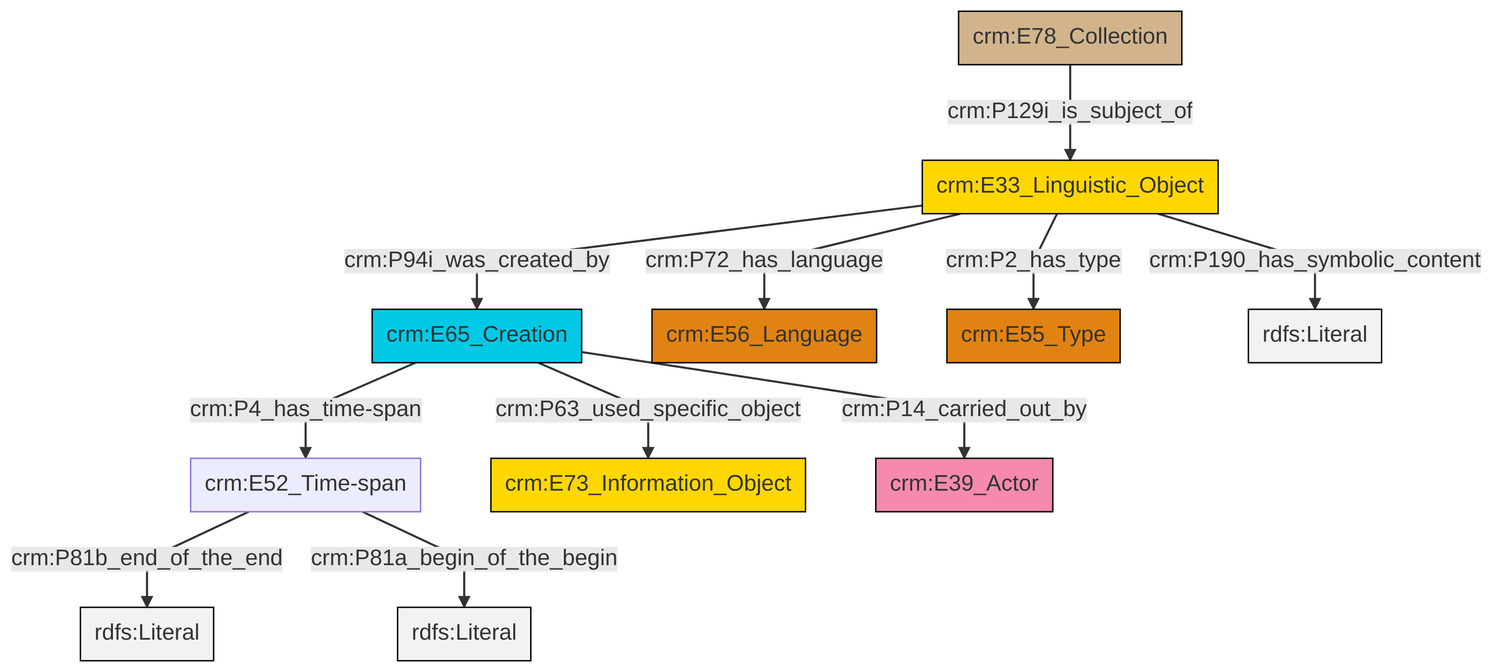
This is et/archivalCSV/ttl/mmd/png/archival_desc.png from swiss-art-research-net/docs.swissartresearch, a Mermaid export, as it was before one commit. Its source is kept beside it as et/archivalCSV/ttl/mmd/archival_desc.ttl.mmd.
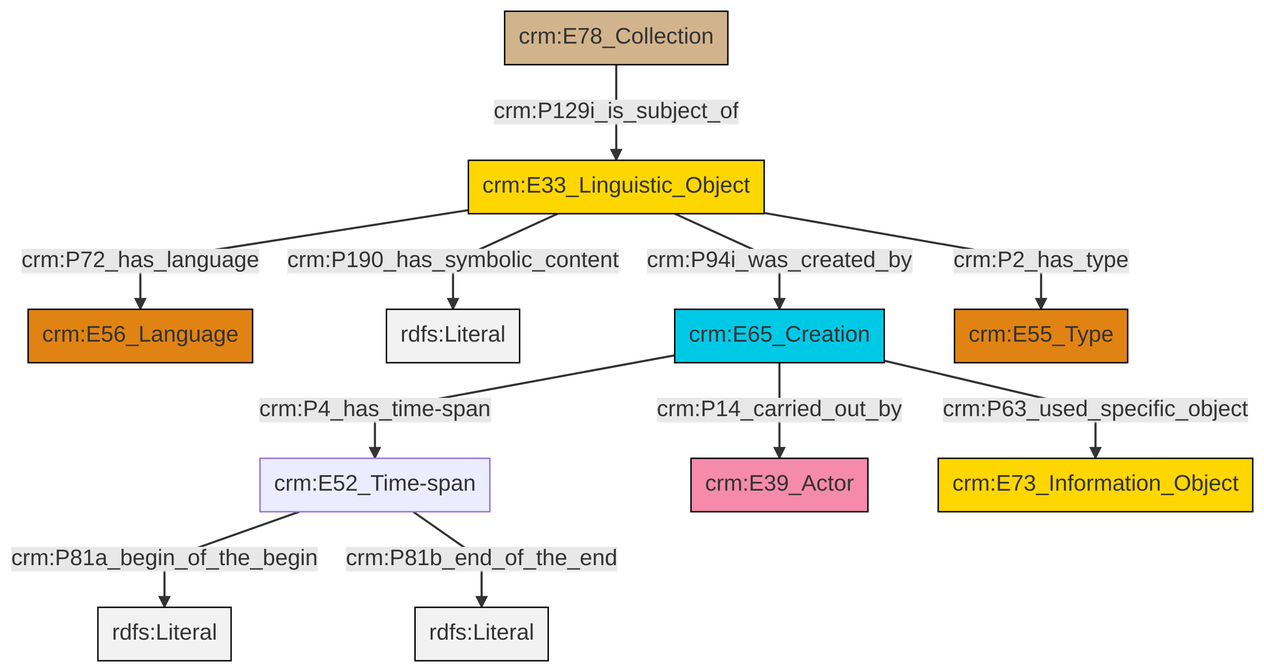
After the change.

Change to the diagram source:
```diff
@@ -13,13 +13,13 @@
 classDef PC_Classes fill:#4ce600, stroke:#000000;
 classDef Multi fill:#cccccc,stroke:#000000;
 
-0["crm:E52_Time-span"]:::Default -->|crm:P81b_end_of_the_end| 1[rdfs:Literal]:::Literal
-4["crm:E65_Creation"]:::Temporal_Entity -->|crm:P4_has_time-span| 0["crm:E52_Time-span"]:::Default
-7["crm:E33_Linguistic_Object"]:::Conceptual_Object -->|crm:P2_has_type| 8["crm:E55_Type"]:::Type
-7["crm:E33_Linguistic_Object"]:::Conceptual_Object -->|crm:P190_has_symbolic_content| 12[rdfs:Literal]:::Literal
-10["crm:E78_Collection"]:::Physical_Thing -->|crm:P129i_is_subject_of| 7["crm:E33_Linguistic_Object"]:::Conceptual_Object
-0["crm:E52_Time-span"]:::Default -->|crm:P81a_begin_of_the_begin| 16[rdfs:Literal]:::Literal
-7["crm:E33_Linguistic_Object"]:::Conceptual_Object -->|crm:P94i_was_created_by| 4["crm:E65_Creation"]:::Temporal_Entity
-4["crm:E65_Creation"]:::Temporal_Entity -->|crm:P63_used_specific_object| 2["crm:E73_Information_Object"]:::Conceptual_Object
-7["crm:E33_Linguistic_Object"]:::Conceptual_Object -->|crm:P72_has_language| 5["crm:E56_Language"]:::Type
-4["crm:E65_Creation"]:::Temporal_Entity -->|crm:P14_carried_out_by| 14["crm:E39_Actor"]:::Actor
+2["crm:E52_Time-span"]:::Default -->|crm:P81a_begin_of_the_begin| 3[rdfs:Literal]:::Literal
+8["crm:E33_Linguistic_Object"]:::Conceptual_Object -->|crm:P190_has_symbolic_content| 9[rdfs:Literal]:::Literal
+10["crm:E65_Creation"]:::Temporal_Entity -->|crm:P14_carried_out_by| 4["crm:E39_Actor"]:::Actor
+10["crm:E65_Creation"]:::Temporal_Entity -->|crm:P4_has_time-span| 2["crm:E52_Time-span"]:::Default
+2["crm:E52_Time-span"]:::Default -->|crm:P81b_end_of_the_end| 12[rdfs:Literal]:::Literal
+8["crm:E33_Linguistic_Object"]:::Conceptual_Object -->|crm:P94i_was_created_by| 10["crm:E65_Creation"]:::Temporal_Entity
+8["crm:E33_Linguistic_Object"]:::Conceptual_Object -->|crm:P2_has_type| 13["crm:E55_Type"]:::Type
+15["crm:E78_Collection"]:::Physical_Thing -->|crm:P129i_is_subject_of| 8["crm:E33_Linguistic_Object"]:::Conceptual_Object
+8["crm:E33_Linguistic_Object"]:::Conceptual_Object -->|crm:P72_has_language| 0["crm:E56_Language"]:::Type
+10["crm:E65_Creation"]:::Temporal_Entity -->|crm:P63_used_specific_object| 6["crm:E73_Information_Object"]:::Conceptual_Object
```
